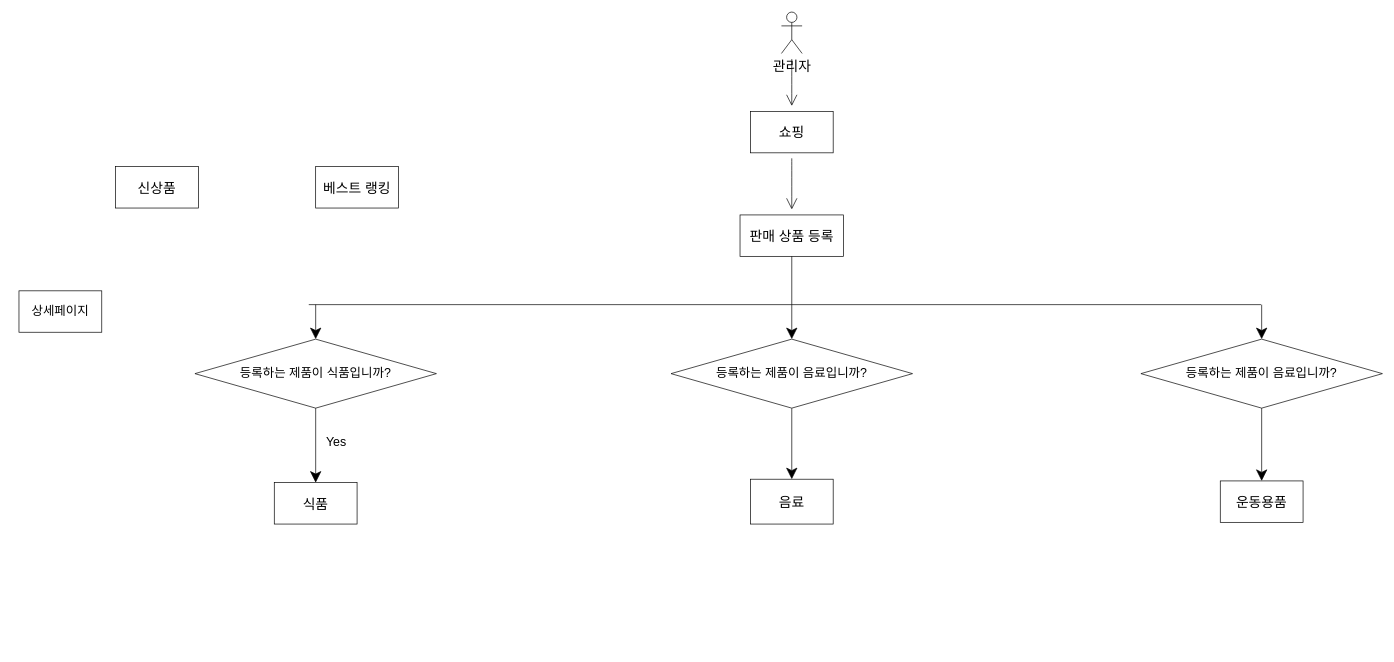
Before: page "관리자 상품등록" (1 of 2) of Untitled Diagram.drawio in Changseop123/HelloGit, a draw.io diagram. Source tidied: cells renumbered, new cells numbered last; positions are measured from the earlier drawing's top-left corner, leaving out a move shared by most shapes. Both pictures are drawn from the tidied source at 69%, with x=0, y=0 at pixel (19, 12).
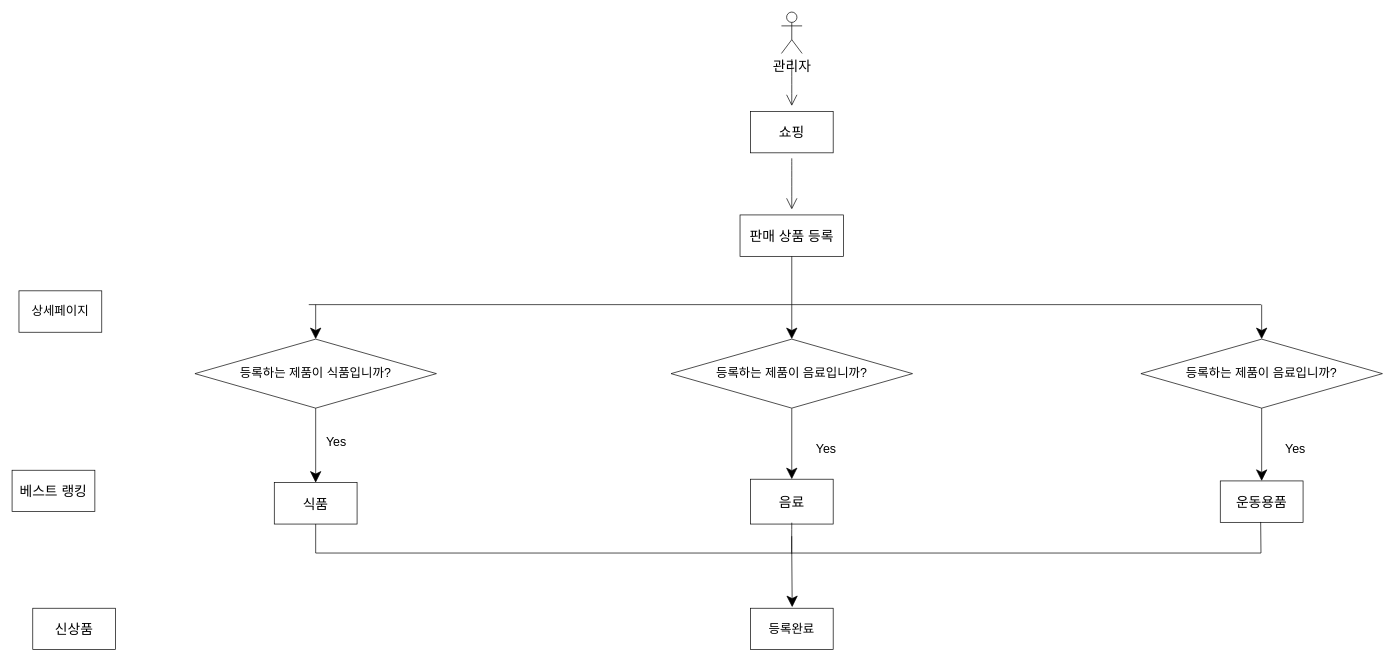
Above is the later version.

Unchanged cells that the change refers to:
```xml
<mxCell id="6" value="식품" style="rounded=0;whiteSpace=wrap;html=1;hachureGap=4;fontSize=20;" parent="1" vertex="1">
  <mxGeometry x="370" y="682" width="120" height="60" as="geometry" />
</mxCell>
<mxCell id="9" value="운동용품" style="rounded=0;whiteSpace=wrap;html=1;hachureGap=4;fontSize=20;" parent="1" vertex="1">
  <mxGeometry x="1741" y="679.5" width="120" height="60" as="geometry" />
</mxCell>
```

Change to the diagram source:
```diff
@@
     <mxCell id="5" value="신상품" style="whiteSpace=wrap;html=1;rounded=0;fontSize=20;hachureGap=4;" parent="1" vertex="1">
-      <mxGeometry x="140" y="224" width="120" height="60" as="geometry" />
+      <mxGeometry x="20" y="864" width="120" height="60" as="geometry" />
     </mxCell>
@@
     <mxCell id="7" value="베스트 랭킹" style="rounded=0;whiteSpace=wrap;html=1;hachureGap=4;fontSize=20;" parent="1" vertex="1">
-      <mxGeometry x="430" y="224" width="120" height="60" as="geometry" />
+      <mxGeometry x="-10" y="664" width="120" height="60" as="geometry" />
     </mxCell>
@@
+    <mxCell id="25" style="endArrow=none;html=1;fontSize=20;startSize=14;endSize=14;sourcePerimeterSpacing=8;targetPerimeterSpacing=8;" parent="1" edge="1">
+      <mxGeometry relative="1" as="geometry">
+        <mxPoint x="430" y="784" as="sourcePoint" />
+        <mxPoint x="1800" y="784" as="targetPoint" />
+      </mxGeometry>
+    </mxCell>
+    <mxCell id="26" style="endArrow=none;html=1;fontSize=18;startSize=14;endSize=14;sourcePerimeterSpacing=8;targetPerimeterSpacing=8;entryX=0.5;entryY=1;entryDx=0;entryDy=0;" parent="1" edge="1" target="6">
+      <mxGeometry relative="1" as="geometry">
+        <mxPoint x="430" y="784" as="sourcePoint" />
+      </mxGeometry>
+    </mxCell>
+    <mxCell id="27" style="endArrow=none;html=1;fontSize=18;startSize=14;endSize=14;sourcePerimeterSpacing=8;targetPerimeterSpacing=8;" parent="1" edge="1">
+      <mxGeometry relative="1" as="geometry">
+        <mxPoint x="1119.9" y="759.5" as="sourcePoint" />
+        <mxPoint x="1120" y="740" as="targetPoint" />
+        <Array as="points">
+          <mxPoint x="1119.9" y="789.5" />
+          <mxPoint x="1119.9" y="759.5" />
+        </Array>
+      </mxGeometry>
+    </mxCell>
+    <mxCell id="28" style="endArrow=none;html=1;fontSize=18;startSize=14;endSize=14;sourcePerimeterSpacing=8;targetPerimeterSpacing=8;entryX=0.488;entryY=0.991;entryDx=0;entryDy=0;entryPerimeter=0;" parent="1" edge="1" target="9">
+      <mxGeometry relative="1" as="geometry">
+        <mxPoint x="1800" y="784" as="sourcePoint" />
+      </mxGeometry>
+    </mxCell>
+    <mxCell id="29" value="등록완료" style="rounded=0;whiteSpace=wrap;html=1;hachureGap=4;fontSize=18;" parent="1" vertex="1">
+      <mxGeometry x="1060" y="864" width="120" height="60" as="geometry" />
+    </mxCell>
+    <mxCell id="30" style="endArrow=classic;html=1;fontSize=18;startSize=14;endSize=14;sourcePerimeterSpacing=8;targetPerimeterSpacing=8;entryX=0.505;entryY=-0.026;entryDx=0;entryDy=0;entryPerimeter=0;" parent="1" edge="1" target="29">
+      <mxGeometry relative="1" as="geometry">
+        <mxPoint x="1120" y="784" as="sourcePoint" />
+      </mxGeometry>
+    </mxCell>
+    <mxCell id="31" value="Yes" style="text;html=1;strokeColor=none;fillColor=none;align=center;verticalAlign=middle;whiteSpace=wrap;rounded=0;hachureGap=4;fontSize=18;" parent="1" vertex="1">
+      <mxGeometry x="1150" y="624" width="40" height="20" as="geometry" />
+    </mxCell>
+    <mxCell id="32" value="Yes" style="text;html=1;strokeColor=none;fillColor=none;align=center;verticalAlign=middle;whiteSpace=wrap;rounded=0;hachureGap=4;fontSize=18;" parent="1" vertex="1">
+      <mxGeometry x="1830" y="624" width="40" height="20" as="geometry" />
+    </mxCell>
```
